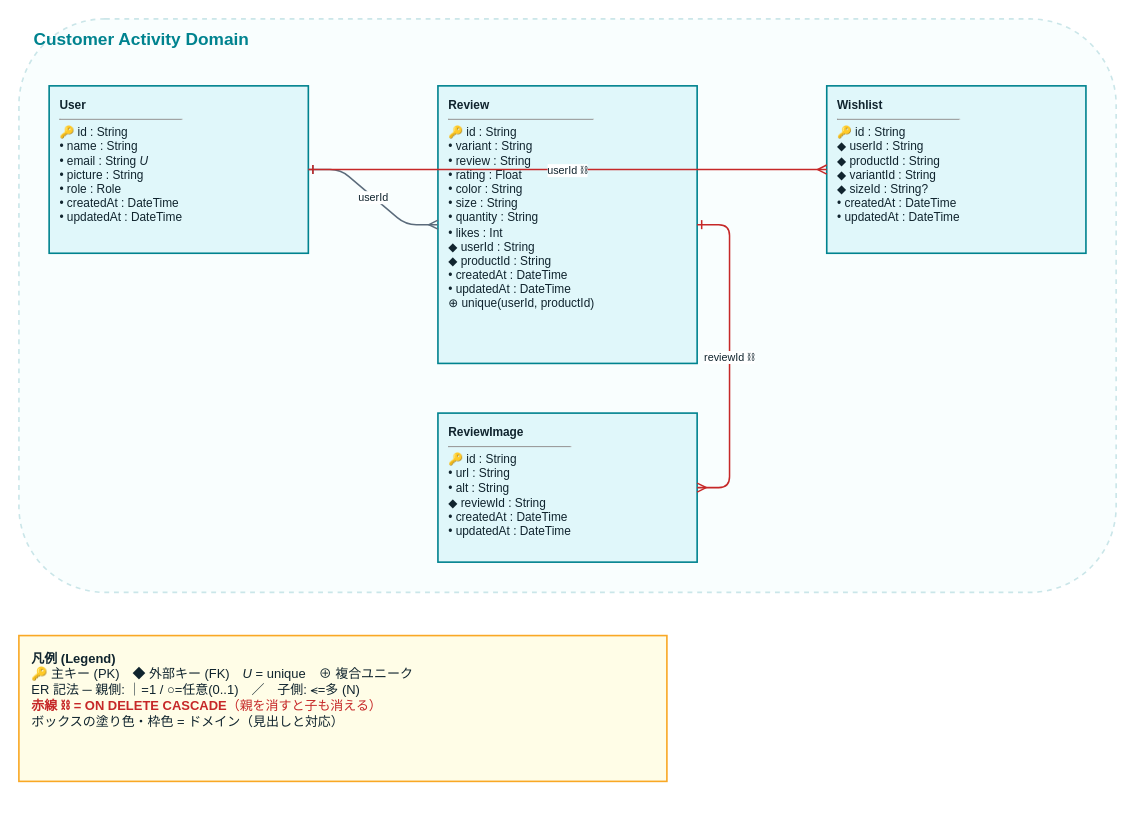
Above: page "3. Customer Activity" (3 of 10) of docs/architecture/data-model.drawio in myoshi2891/Multi-Vendor-E-Commerce (draw.io), before the change. Source tidied: cells renumbered, new cells numbered last; positions are measured from the earlier drawing's top-left corner, leaving out a move shared by most shapes. Both pictures are drawn from the tidied source at 108%, with x=0, y=0 at pixel (18, 18).
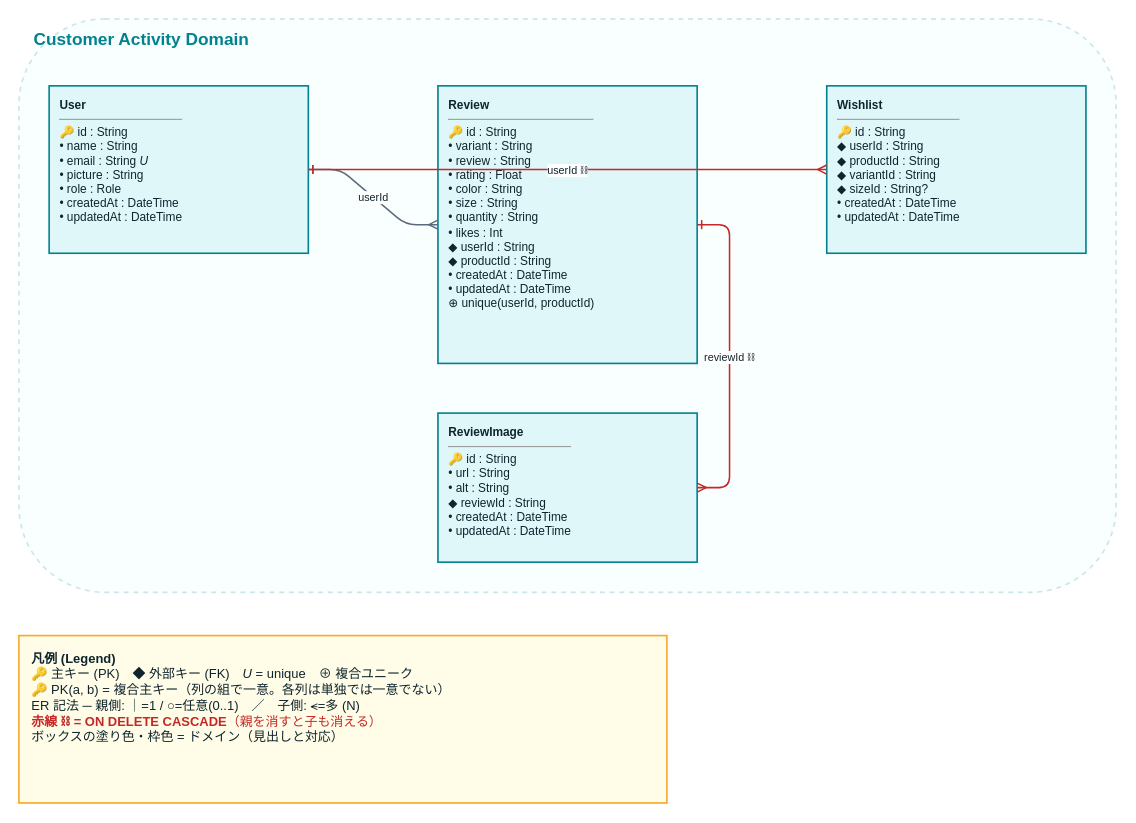
After the change.

Diff of the diagram source:
```diff
@@
 <mxGraphModel>
   <root>
     <mxCell id="0" />
     <mxCell id="1" parent="0" />
     <mxCell id="2" style="rounded=1;fillColor=#E0F7FA;opacity=20;strokeColor=#00838F;dashed=1;strokeWidth=1.5;verticalAlign=top;" parent="1" vertex="1">
       <mxGeometry width="1016" height="531" as="geometry" />
     </mxCell>
     <mxCell id="3" value="Customer Activity Domain" style="text;html=1;fontSize=16;fontStyle=1;fontColor=#00838F;align=left;verticalAlign=middle;" parent="1" vertex="1">
       <mxGeometry x="12" y="6" width="992" height="26" as="geometry" />
     </mxCell>
     <mxCell id="4" value="&lt;b&gt;User&lt;/b&gt;&lt;hr size=&quot;1&quot;/&gt;🔑 id : String&lt;br/&gt;• name : String&lt;br/&gt;• email : String &lt;i&gt;U&lt;/i&gt;&lt;br/&gt;• picture : String&lt;br/&gt;• role : Role&lt;br/&gt;• createdAt : DateTime&lt;br/&gt;• updatedAt : DateTime" style="rounded=2;whiteSpace=wrap;html=1;align=left;verticalAlign=top;spacingLeft=8;spacingTop=5;spacingRight=6;fillColor=#E0F7FA;strokeColor=#00838F;strokeWidth=1.5;fontSize=11;fontColor=#10242E;" parent="1" vertex="1">
       <mxGeometry x="28" y="62" width="240" height="155" as="geometry" />
     </mxCell>
     <mxCell id="5" value="&lt;b&gt;Review&lt;/b&gt;&lt;hr size=&quot;1&quot;/&gt;🔑 id : String&lt;br/&gt;• variant : String&lt;br/&gt;• review : String&lt;br/&gt;• rating : Float&lt;br/&gt;• color : String&lt;br/&gt;• size : String&lt;br/&gt;• quantity : String&lt;br/&gt;• likes : Int&lt;br/&gt;◆ userId : String&lt;br/&gt;◆ productId : String&lt;br/&gt;• createdAt : DateTime&lt;br/&gt;• updatedAt : DateTime&lt;br/&gt;⊕ unique(userId, productId)" style="rounded=2;whiteSpace=wrap;html=1;align=left;verticalAlign=top;spacingLeft=8;spacingTop=5;spacingRight=6;fillColor=#E0F7FA;strokeColor=#00838F;strokeWidth=1.5;fontSize=11;fontColor=#10242E;" parent="1" vertex="1">
       <mxGeometry x="388" y="62" width="240" height="257" as="geometry" />
     </mxCell>
     <mxCell id="6" value="&lt;b&gt;ReviewImage&lt;/b&gt;&lt;hr size=&quot;1&quot;/&gt;🔑 id : String&lt;br/&gt;• url : String&lt;br/&gt;• alt : String&lt;br/&gt;◆ reviewId : String&lt;br/&gt;• createdAt : DateTime&lt;br/&gt;• updatedAt : DateTime" style="rounded=2;whiteSpace=wrap;html=1;align=left;verticalAlign=top;spacingLeft=8;spacingTop=5;spacingRight=6;fillColor=#E0F7FA;strokeColor=#00838F;strokeWidth=1.5;fontSize=11;fontColor=#10242E;" parent="1" vertex="1">
       <mxGeometry x="388" y="365" width="240" height="138" as="geometry" />
     </mxCell>
     <mxCell id="7" value="&lt;b&gt;Wishlist&lt;/b&gt;&lt;hr size=&quot;1&quot;/&gt;🔑 id : String&lt;br/&gt;◆ userId : String&lt;br/&gt;◆ productId : String&lt;br/&gt;◆ variantId : String&lt;br/&gt;◆ sizeId : String?&lt;br/&gt;• createdAt : DateTime&lt;br/&gt;• updatedAt : DateTime" style="rounded=2;whiteSpace=wrap;html=1;align=left;verticalAlign=top;spacingLeft=8;spacingTop=5;spacingRight=6;fillColor=#E0F7FA;strokeColor=#00838F;strokeWidth=1.5;fontSize=11;fontColor=#10242E;" parent="1" vertex="1">
       <mxGeometry x="748" y="62" width="240" height="155" as="geometry" />
     </mxCell>
     <mxCell id="8" value="userId" style="edgeStyle=entityRelationEdgeStyle;rounded=1;html=1;fontSize=10;fontColor=#10242E;labelBackgroundColor=#FFFFFF;jumpStyle=arc;jumpSize=10;startArrow=ERone;startFill=0;endArrow=ERmany;endFill=0;strokeColor=#5B6B7B;strokeWidth=1.4;" parent="1" edge="1" source="4" target="5">
       <mxGeometry relative="1" as="geometry" />
     </mxCell>
     <mxCell id="9" value="reviewId ⛓" style="edgeStyle=entityRelationEdgeStyle;rounded=1;html=1;fontSize=10;fontColor=#10242E;labelBackgroundColor=#FFFFFF;jumpStyle=arc;jumpSize=10;startArrow=ERone;startFill=0;endArrow=ERmany;endFill=0;strokeColor=#C62828;strokeWidth=1.4;" parent="1" edge="1" source="5" target="6">
       <mxGeometry relative="1" as="geometry" />
     </mxCell>
     <mxCell id="10" value="userId ⛓" style="edgeStyle=entityRelationEdgeStyle;rounded=1;html=1;fontSize=10;fontColor=#10242E;labelBackgroundColor=#FFFFFF;jumpStyle=arc;jumpSize=10;startArrow=ERone;startFill=0;endArrow=ERmany;endFill=0;strokeColor=#C62828;strokeWidth=1.4;" parent="1" edge="1" source="4" target="7">
       <mxGeometry relative="1" as="geometry" />
     </mxCell>
-    <mxCell id="11" value="&lt;b&gt;凡例 (Legend)&lt;/b&gt;&lt;br/&gt;🔑 主キー (PK)　◆ 外部キー (FK)　&lt;i&gt;U&lt;/i&gt; = unique　⊕ 複合ユニーク&lt;br/&gt;ER 記法 ─ 親側: ｜=1 / ○=任意(0..1)　／　子側: ⪪=多 (N)&lt;br/&gt;&lt;font color='#C62828'&gt;&lt;b&gt;赤線 ⛓ = ON DELETE CASCADE&lt;/b&gt;（親を消すと子も消える）&lt;/font&gt;&lt;br/&gt;ボックスの塗り色・枠色 = ドメイン（見出しと対応）" style="rounded=2;whiteSpace=wrap;html=1;align=left;verticalAlign=top;spacingLeft=10;spacingTop=8;fillColor=#FFFDE7;strokeColor=#F9A825;strokeWidth=1.5;fontSize=12;fontColor=#10242E;" parent="1" vertex="1">
-      <mxGeometry y="571" width="600" height="135" as="geometry" />
+    <mxCell id="11" value="&lt;b&gt;凡例 (Legend)&lt;/b&gt;&lt;br/&gt;🔑 主キー (PK)　◆ 外部キー (FK)　&lt;i&gt;U&lt;/i&gt; = unique　⊕ 複合ユニーク&lt;br/&gt;🔑 PK(a, b) = 複合主キー（列の組で一意。各列は単独では一意でない）&lt;br/&gt;ER 記法 ─ 親側: ｜=1 / ○=任意(0..1)　／　子側: ⪪=多 (N)&lt;br/&gt;&lt;font color='#C62828'&gt;&lt;b&gt;赤線 ⛓ = ON DELETE CASCADE&lt;/b&gt;（親を消すと子も消える）&lt;/font&gt;&lt;br/&gt;ボックスの塗り色・枠色 = ドメイン（見出しと対応）" style="rounded=2;whiteSpace=wrap;html=1;align=left;verticalAlign=top;spacingLeft=10;spacingTop=8;fillColor=#FFFDE7;strokeColor=#F9A825;strokeWidth=1.5;fontSize=12;fontColor=#10242E;" parent="1" vertex="1">
+      <mxGeometry y="571" width="600" height="155" as="geometry" />
     </mxCell>
   </root>
 </mxGraphModel>
```
